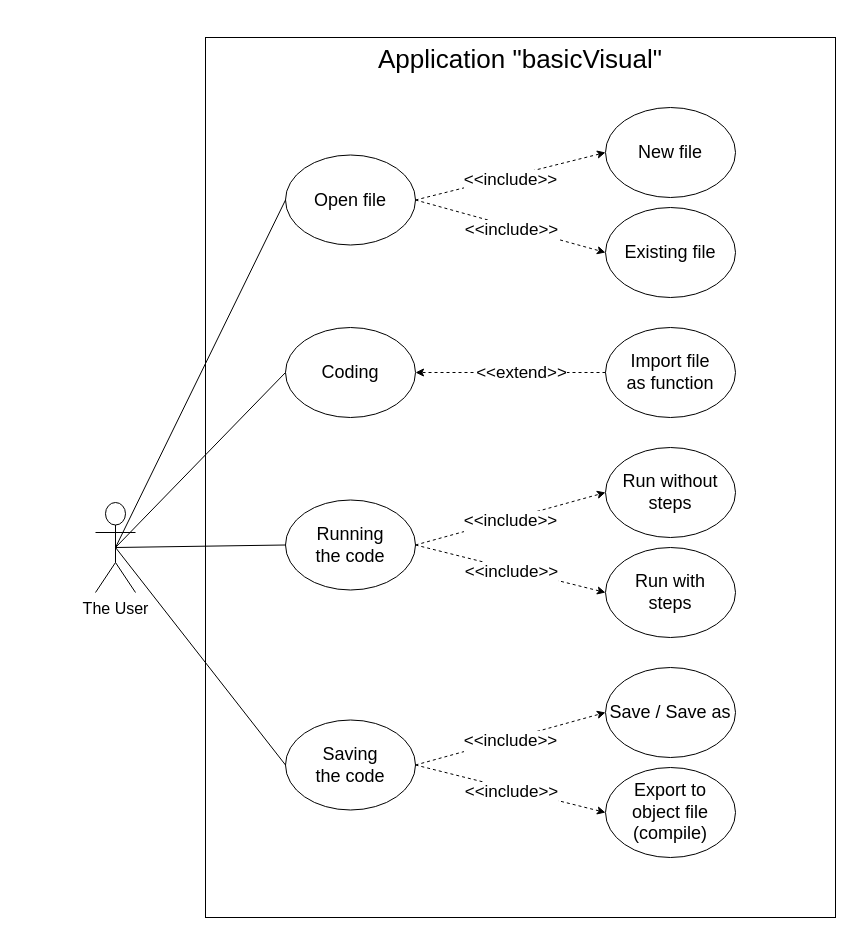
Earlier version of the draw.io diagram specification/xml_diagram_files/use_cases_diagram.drawio (imateja/basic-visual). Source tidied: cells renumbered, new cells numbered last; positions are measured from the earlier drawing's top-left corner, leaving out a move shared by most shapes. Both pictures are drawn from the tidied source at 100%, with x=0, y=0 at pixel (95, 37).
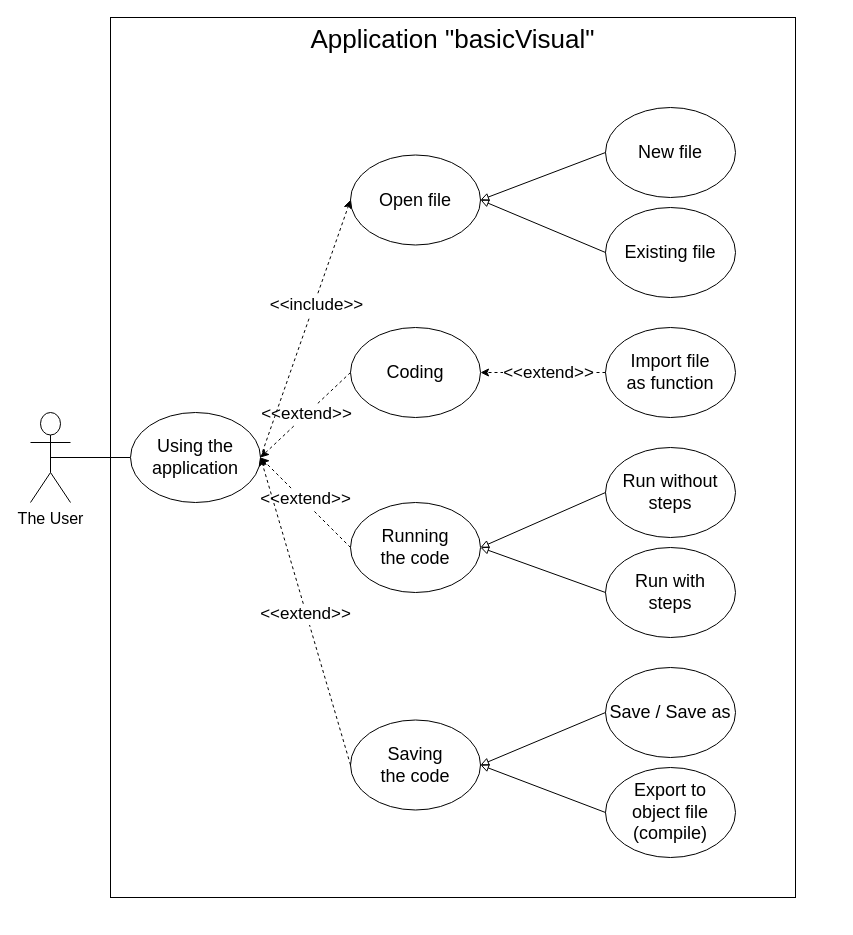
The same diagram, later.

Commit message (it also covers changes not shown here):
docs: Modified use_cases file and diagram

Unchanged cells that the change refers to:
```xml
<mxCell id="6" value="Existing file" style="ellipse;whiteSpace=wrap;html=1;fontSize=18;" parent="1" vertex="1">
  <mxGeometry x="510" y="170" width="130" height="90" as="geometry" />
</mxCell>
<mxCell id="7" value="&lt;div style=&quot;font-size: 18px;&quot;&gt;New file&lt;/div&gt;" style="ellipse;whiteSpace=wrap;html=1;fontSize=18;" parent="1" vertex="1">
  <mxGeometry x="510" y="70" width="130" height="90" as="geometry" />
</mxCell>
<mxCell id="15" style="endArrow=classic;html=1;rounded=0;fontSize=26;dashed=1;exitX=0;exitY=0.5;exitDx=0;exitDy=0;entryX=1;entryY=0.5;entryDx=0;entryDy=0;" parent="1" edge="1" source="5" target="8">
  <mxGeometry relative="1" as="geometry" />
</mxCell>
<mxCell id="18" value="&lt;div style=&quot;font-size: 18px;&quot;&gt;Run without&lt;/div&gt;&lt;div style=&quot;font-size: 18px;&quot;&gt;steps&lt;br style=&quot;font-size: 18px;&quot;&gt;&lt;/div&gt;" style="ellipse;whiteSpace=wrap;html=1;fontSize=18;" parent="1" vertex="1">
  <mxGeometry x="510" y="410" width="130" height="90" as="geometry" />
</mxCell>
<mxCell id="19" value="&lt;div style=&quot;font-size: 18px;&quot;&gt;Run with&lt;/div&gt;&lt;div style=&quot;font-size: 18px;&quot;&gt;steps&lt;br style=&quot;font-size: 18px;&quot;&gt;&lt;/div&gt;" style="ellipse;whiteSpace=wrap;html=1;fontSize=18;" parent="1" vertex="1">
  <mxGeometry x="510" y="510" width="130" height="90" as="geometry" />
</mxCell>
<mxCell id="26" value="&lt;div style=&quot;font-size: 18px;&quot;&gt;Save / Save as&lt;/div&gt;" style="ellipse;whiteSpace=wrap;html=1;fontSize=18;" parent="1" vertex="1">
  <mxGeometry x="510" y="630" width="130" height="90" as="geometry" />
</mxCell>
<mxCell id="27" value="&lt;div style=&quot;font-size: 18px;&quot;&gt;Export to&lt;/div&gt;&lt;div style=&quot;font-size: 18px;&quot;&gt;object file&lt;/div&gt;&lt;div style=&quot;font-size: 18px;&quot;&gt;(compile)&lt;br style=&quot;font-size: 18px;&quot;&gt;&lt;/div&gt;" style="ellipse;whiteSpace=wrap;html=1;fontSize=18;" parent="1" vertex="1">
  <mxGeometry x="510" y="730" width="130" height="90" as="geometry" />
</mxCell>
```

The edit, as a diff of the source:
```diff
@@
     <mxCell id="2" value="&lt;div style=&quot;font-size: 26px;&quot;&gt;&lt;font style=&quot;font-size: 26px;&quot;&gt;Application &quot;basicVisual&quot;&lt;/font&gt;&lt;/div&gt;" style="rounded=0;whiteSpace=wrap;html=1;align=center;horizontal=1;verticalAlign=top;fontSize=26;fontStyle=0;" parent="1" vertex="1">
-      <mxGeometry x="110" width="630" height="880" as="geometry" />
+      <mxGeometry x="15" y="-20" width="685" height="880" as="geometry" />
     </mxCell>
+    <mxCell id="33" style="edgeStyle=orthogonalEdgeStyle;rounded=0;jettySize=auto;html=1;exitX=0.5;exitY=0.5;exitDx=0;exitDy=0;exitPerimeter=0;entryX=0;entryY=0.5;entryDx=0;entryDy=0;endArrow=none;endFill=0;" parent="1" edge="1" source="3" target="40">
+      <mxGeometry relative="1" as="geometry" />
+    </mxCell>
     <mxCell id="3" value="&lt;div style=&quot;font-size: 16px&quot;&gt;The User&lt;/div&gt;" style="shape=umlActor;verticalLabelPosition=bottom;verticalAlign=top;html=1;outlineConnect=0;" parent="1" vertex="1">
-      <mxGeometry y="465" width="40" height="90" as="geometry" />
+      <mxGeometry x="-65" y="375" width="40" height="90" as="geometry" />
     </mxCell>
     <mxCell id="4" value="Open file" style="ellipse;whiteSpace=wrap;html=1;fontSize=18;" parent="1" vertex="1">
-      <mxGeometry x="190" y="117.5" width="130" height="90" as="geometry" />
+      <mxGeometry x="255" y="117.5" width="130" height="90" as="geometry" />
     </mxCell>
@@
     <mxCell id="8" value="&lt;div style=&quot;font-size: 18px;&quot;&gt;Coding&lt;/div&gt;" style="ellipse;whiteSpace=wrap;html=1;fontSize=18;" parent="1" vertex="1">
-      <mxGeometry x="190" y="290" width="130" height="90" as="geometry" />
+      <mxGeometry x="255" y="290" width="130" height="90" as="geometry" />
     </mxCell>
-    <mxCell id="9" style="endArrow=none;html=1;rounded=0;fontSize=26;entryX=0;entryY=0.5;entryDx=0;entryDy=0;exitX=0.5;exitY=0.5;exitDx=0;exitDy=0;exitPerimeter=0;" parent="1" edge="1" source="3" target="4">
-      <mxGeometry relative="1" as="geometry" />
-    </mxCell>
-    <mxCell id="10" style="endArrow=classic;html=1;rounded=0;fontSize=26;dashed=1;exitX=1;exitY=0.5;exitDx=0;exitDy=0;entryX=0;entryY=0.5;entryDx=0;entryDy=0;" parent="1" edge="1" source="4" target="7">
-      <mxGeometry relative="1" as="geometry" />
-    </mxCell>
-    <mxCell id="11" value="&lt;div style=&quot;font-size: 17px;&quot;&gt;&amp;lt;&amp;lt;include&amp;gt;&amp;gt;&lt;/div&gt;" style="edgeLabel;html=1;align=center;verticalAlign=middle;fontSize=17;" parent="10" vertex="1">
-      <mxGeometry x="0.28" y="-2" relative="1" as="geometry">
-        <mxPoint x="-27" y="8" as="offset" />
-      </mxGeometry>
-    </mxCell>
-    <mxCell id="12" style="endArrow=classic;html=1;rounded=0;fontSize=26;dashed=1;exitX=1;exitY=0.5;exitDx=0;exitDy=0;entryX=0;entryY=0.5;entryDx=0;entryDy=0;" parent="1" edge="1" source="4" target="6">
-      <mxGeometry relative="1" as="geometry" />
-    </mxCell>
-    <mxCell id="13" value="&lt;div style=&quot;font-size: 17px;&quot;&gt;&amp;lt;&amp;lt;include&amp;gt;&amp;gt;&lt;/div&gt;" style="edgeLabel;html=1;align=center;verticalAlign=middle;fontSize=17;" parent="12" vertex="1">
-      <mxGeometry x="0.28" y="-2" relative="1" as="geometry">
-        <mxPoint x="-25" y="-5" as="offset" />
-      </mxGeometry>
-    </mxCell>
-    <mxCell id="14" style="endArrow=none;html=1;rounded=0;fontSize=14;exitX=0.5;exitY=0.5;exitDx=0;exitDy=0;exitPerimeter=0;entryX=0;entryY=0.5;entryDx=0;entryDy=0;" parent="1" edge="1" source="3" target="8">
-      <mxGeometry relative="1" as="geometry" />
-    </mxCell>
@@
     <mxCell id="16" value="&lt;div style=&quot;font-size: 17px;&quot;&gt;&amp;lt;&amp;lt;extend&amp;gt;&amp;gt;&lt;/div&gt;" style="edgeLabel;html=1;align=center;verticalAlign=middle;fontSize=17;" parent="15" vertex="1">
       <mxGeometry x="0.28" y="-2" relative="1" as="geometry">
-        <mxPoint x="37" y="2" as="offset" />
+        <mxPoint x="22" y="2" as="offset" />
       </mxGeometry>
     </mxCell>
     <mxCell id="17" value="&lt;div style=&quot;font-size: 18px;&quot;&gt;Running&lt;/div&gt;&lt;div style=&quot;font-size: 18px;&quot;&gt;the code&lt;/div&gt;" style="ellipse;whiteSpace=wrap;html=1;fontSize=18;" parent="1" vertex="1">
-      <mxGeometry x="190" y="462.5" width="130" height="90" as="geometry" />
+      <mxGeometry x="255" y="465" width="130" height="90" as="geometry" />
     </mxCell>
@@
-    <mxCell id="20" style="endArrow=classic;html=1;rounded=0;fontSize=26;dashed=1;exitX=1;exitY=0.5;exitDx=0;exitDy=0;entryX=0;entryY=0.5;entryDx=0;entryDy=0;" parent="1" edge="1" source="17" target="18">
-      <mxGeometry relative="1" as="geometry" />
-    </mxCell>
-    <mxCell id="21" value="&lt;div style=&quot;font-size: 17px;&quot;&gt;&amp;lt;&amp;lt;include&amp;gt;&amp;gt;&lt;/div&gt;" style="edgeLabel;html=1;align=center;verticalAlign=middle;fontSize=17;" parent="20" vertex="1">
-      <mxGeometry x="0.28" y="-2" relative="1" as="geometry">
-        <mxPoint x="-27" y="8" as="offset" />
-      </mxGeometry>
-    </mxCell>
-    <mxCell id="22" style="endArrow=classic;html=1;rounded=0;fontSize=26;dashed=1;exitX=1;exitY=0.5;exitDx=0;exitDy=0;entryX=0;entryY=0.5;entryDx=0;entryDy=0;" parent="1" edge="1" source="17" target="19">
-      <mxGeometry relative="1" as="geometry" />
-    </mxCell>
-    <mxCell id="23" value="&lt;div style=&quot;font-size: 17px;&quot;&gt;&amp;lt;&amp;lt;include&amp;gt;&amp;gt;&lt;/div&gt;" style="edgeLabel;html=1;align=center;verticalAlign=middle;fontSize=17;" parent="22" vertex="1">
-      <mxGeometry x="0.28" y="-2" relative="1" as="geometry">
-        <mxPoint x="-25" y="-5" as="offset" />
-      </mxGeometry>
-    </mxCell>
-    <mxCell id="24" style="endArrow=none;html=1;rounded=0;fontSize=14;exitX=0.5;exitY=0.5;exitDx=0;exitDy=0;exitPerimeter=0;entryX=0;entryY=0.5;entryDx=0;entryDy=0;" parent="1" edge="1" source="3" target="17">
-      <mxGeometry relative="1" as="geometry" />
-    </mxCell>
     <mxCell id="25" value="&lt;div style=&quot;font-size: 18px;&quot;&gt;Saving&lt;/div&gt;&lt;div style=&quot;font-size: 18px;&quot;&gt;the code&lt;/div&gt;" style="ellipse;whiteSpace=wrap;html=1;fontSize=18;" parent="1" vertex="1">
-      <mxGeometry x="190" y="682.5" width="130" height="90" as="geometry" />
+      <mxGeometry x="255" y="682.5" width="130" height="90" as="geometry" />
     </mxCell>
@@
-    <mxCell id="28" style="endArrow=classic;html=1;rounded=0;fontSize=26;dashed=1;exitX=1;exitY=0.5;exitDx=0;exitDy=0;entryX=0;entryY=0.5;entryDx=0;entryDy=0;" parent="1" edge="1" source="25" target="26">
-      <mxGeometry relative="1" as="geometry" />
-    </mxCell>
-    <mxCell id="29" value="&lt;div style=&quot;font-size: 17px;&quot;&gt;&amp;lt;&amp;lt;include&amp;gt;&amp;gt;&lt;/div&gt;" style="edgeLabel;html=1;align=center;verticalAlign=middle;fontSize=17;" parent="28" vertex="1">
-      <mxGeometry x="0.28" y="-2" relative="1" as="geometry">
-        <mxPoint x="-27" y="8" as="offset" />
-      </mxGeometry>
-    </mxCell>
-    <mxCell id="30" style="endArrow=classic;html=1;rounded=0;fontSize=26;dashed=1;exitX=1;exitY=0.5;exitDx=0;exitDy=0;entryX=0;entryY=0.5;entryDx=0;entryDy=0;" parent="1" edge="1" source="25" target="27">
-      <mxGeometry relative="1" as="geometry" />
-    </mxCell>
-    <mxCell id="31" value="&lt;div style=&quot;font-size: 17px;&quot;&gt;&amp;lt;&amp;lt;include&amp;gt;&amp;gt;&lt;/div&gt;" style="edgeLabel;html=1;align=center;verticalAlign=middle;fontSize=17;" parent="30" vertex="1">
-      <mxGeometry x="0.28" y="-2" relative="1" as="geometry">
-        <mxPoint x="-25" y="-5" as="offset" />
-      </mxGeometry>
-    </mxCell>
-    <mxCell id="32" style="endArrow=none;html=1;rounded=0;fontSize=14;exitX=0.5;exitY=0.5;exitDx=0;exitDy=0;exitPerimeter=0;entryX=0;entryY=0.5;entryDx=0;entryDy=0;" parent="1" edge="1" source="3" target="25">
-      <mxGeometry relative="1" as="geometry" />
-    </mxCell>
+    <mxCell id="34" style="endArrow=block;html=1;rounded=0;entryX=1;entryY=0.5;entryDx=0;entryDy=0;exitX=0;exitY=0.5;exitDx=0;exitDy=0;endFill=0;" parent="1" edge="1" source="7" target="4">
+      <mxGeometry relative="1" as="geometry" />
+    </mxCell>
+    <mxCell id="35" style="endArrow=block;html=1;rounded=0;entryX=1;entryY=0.5;entryDx=0;entryDy=0;exitX=0;exitY=0.5;exitDx=0;exitDy=0;endFill=0;" parent="1" edge="1" source="6" target="4">
+      <mxGeometry relative="1" as="geometry" />
+    </mxCell>
+    <mxCell id="36" style="endArrow=block;html=1;rounded=0;entryX=1;entryY=0.5;entryDx=0;entryDy=0;exitX=0;exitY=0.5;exitDx=0;exitDy=0;endFill=0;" parent="1" edge="1" source="18" target="17">
+      <mxGeometry relative="1" as="geometry" />
+    </mxCell>
+    <mxCell id="37" style="endArrow=block;html=1;rounded=0;entryX=1;entryY=0.5;entryDx=0;entryDy=0;exitX=0;exitY=0.5;exitDx=0;exitDy=0;endFill=0;" parent="1" edge="1" source="19" target="17">
+      <mxGeometry relative="1" as="geometry" />
+    </mxCell>
+    <mxCell id="38" style="endArrow=block;html=1;rounded=0;entryX=1;entryY=0.5;entryDx=0;entryDy=0;exitX=0;exitY=0.5;exitDx=0;exitDy=0;endFill=0;" parent="1" edge="1" source="26" target="25">
+      <mxGeometry relative="1" as="geometry" />
+    </mxCell>
+    <mxCell id="39" style="endArrow=block;html=1;rounded=0;entryX=1;entryY=0.5;entryDx=0;entryDy=0;exitX=0;exitY=0.5;exitDx=0;exitDy=0;endFill=0;" parent="1" edge="1" source="27" target="25">
+      <mxGeometry relative="1" as="geometry" />
+    </mxCell>
+    <mxCell id="40" value="Using the&lt;br&gt;application" style="ellipse;whiteSpace=wrap;html=1;fontSize=18;" parent="1" vertex="1">
+      <mxGeometry x="35" y="375" width="130" height="90" as="geometry" />
+    </mxCell>
+    <mxCell id="41" style="endArrow=classic;html=1;rounded=0;fontSize=26;dashed=1;exitX=0;exitY=0.5;exitDx=0;exitDy=0;entryX=1;entryY=0.5;entryDx=0;entryDy=0;" parent="1" edge="1" source="8" target="40">
+      <mxGeometry relative="1" as="geometry" />
+    </mxCell>
+    <mxCell id="42" value="&lt;div style=&quot;font-size: 17px;&quot;&gt;&amp;lt;&amp;lt;extend&amp;gt;&amp;gt;&lt;/div&gt;" style="edgeLabel;html=1;align=center;verticalAlign=middle;fontSize=17;" parent="41" vertex="1">
+      <mxGeometry x="0.28" y="-2" relative="1" as="geometry">
+        <mxPoint x="14" y="-11" as="offset" />
+      </mxGeometry>
+    </mxCell>
+    <mxCell id="43" style="endArrow=classic;html=1;rounded=0;fontSize=26;dashed=1;exitX=0;exitY=0.5;exitDx=0;exitDy=0;entryX=1;entryY=0.5;entryDx=0;entryDy=0;" parent="1" edge="1" source="17" target="40">
+      <mxGeometry relative="1" as="geometry" />
+    </mxCell>
+    <mxCell id="44" value="&lt;div style=&quot;font-size: 17px;&quot;&gt;&amp;lt;&amp;lt;extend&amp;gt;&amp;gt;&lt;/div&gt;" style="edgeLabel;html=1;align=center;verticalAlign=middle;fontSize=17;" parent="43" vertex="1">
+      <mxGeometry x="0.28" y="-2" relative="1" as="geometry">
+        <mxPoint x="10" y="10" as="offset" />
+      </mxGeometry>
+    </mxCell>
+    <mxCell id="45" style="endArrow=classic;html=1;rounded=0;fontSize=26;dashed=1;exitX=0;exitY=0.5;exitDx=0;exitDy=0;entryX=1;entryY=0.5;entryDx=0;entryDy=0;" parent="1" edge="1" source="25" target="40">
+      <mxGeometry relative="1" as="geometry" />
+    </mxCell>
+    <mxCell id="46" value="&lt;div style=&quot;font-size: 17px;&quot;&gt;&amp;lt;&amp;lt;extend&amp;gt;&amp;gt;&lt;/div&gt;" style="edgeLabel;html=1;align=center;verticalAlign=middle;fontSize=17;" parent="45" vertex="1">
+      <mxGeometry x="0.28" y="-2" relative="1" as="geometry">
+        <mxPoint x="10" y="46" as="offset" />
+      </mxGeometry>
+    </mxCell>
+    <mxCell id="47" style="endArrow=classic;html=1;rounded=0;fontSize=26;dashed=1;exitX=1;exitY=0.5;exitDx=0;exitDy=0;entryX=0;entryY=0.5;entryDx=0;entryDy=0;" parent="1" edge="1" source="40" target="4">
+      <mxGeometry relative="1" as="geometry" />
+    </mxCell>
+    <mxCell id="48" value="&lt;div style=&quot;font-size: 17px&quot;&gt;&amp;lt;&amp;lt;include&amp;gt;&amp;gt;&lt;/div&gt;" style="edgeLabel;html=1;align=center;verticalAlign=middle;fontSize=17;" parent="47" vertex="1">
+      <mxGeometry x="0.28" y="-2" relative="1" as="geometry">
+        <mxPoint x="-4" y="12" as="offset" />
+      </mxGeometry>
+    </mxCell>
```
